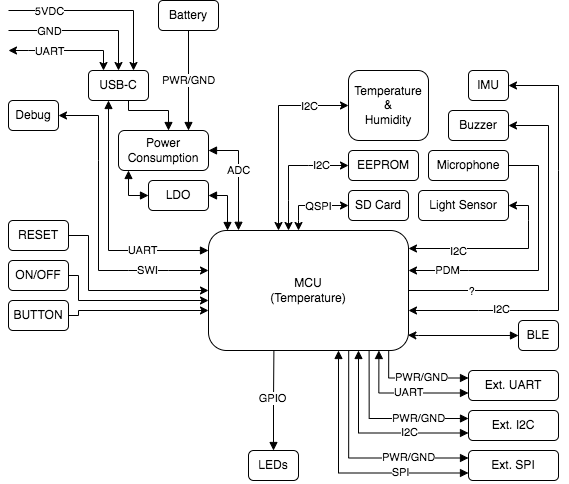
Above: doc/img/functional.drawio.png in oldgeezr/sensa (draw.io), before the change. Source tidied: cells renumbered, new cells last; positions are measured from the earlier drawing's top-left corner, leaving out a move shared by most shapes.
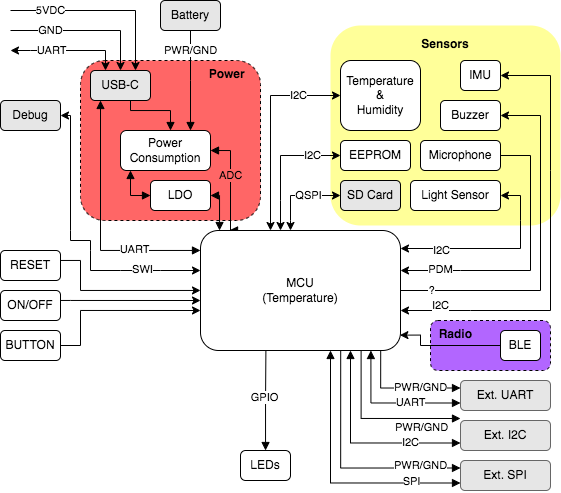
After the commit.

What changed in the source:
```diff
@@ -2,11 +2,20 @@
   <root>
     <mxCell id="0" />
     <mxCell id="1" parent="0" />
+    <mxCell id="69" value="&amp;nbsp; Radio" style="rounded=1;whiteSpace=wrap;html=1;shadow=0;dashed=1;labelBackgroundColor=none;fontColor=none;fillColor=#B266FF;align=left;fontStyle=1;verticalAlign=top;" parent="1" vertex="1">
+      <mxGeometry x="430" y="320" width="120" height="50" as="geometry" />
+    </mxCell>
+    <mxCell id="70" value="&lt;b&gt;Power&amp;nbsp; &amp;nbsp;&amp;nbsp;&lt;/b&gt;" style="rounded=1;whiteSpace=wrap;html=1;shadow=0;dashed=1;labelBackgroundColor=none;fontColor=none;fillColor=#FF6666;align=right;verticalAlign=top;" parent="1" vertex="1">
+      <mxGeometry x="80" y="60" width="180" height="160" as="geometry" />
+    </mxCell>
+    <mxCell id="71" value="&lt;p style=&quot;line-height: 0%;&quot;&gt;Sensors&lt;/p&gt;" style="rounded=1;whiteSpace=wrap;html=1;dashed=1;fillColor=#FFFF99;align=center;horizontal=1;verticalAlign=top;labelBackgroundColor=none;strokeColor=none;shadow=0;fontStyle=1;" parent="1" vertex="1">
+      <mxGeometry x="330" y="25" width="230" height="200" as="geometry" />
+    </mxCell>
     <mxCell id="2" style="edgeStyle=orthogonalEdgeStyle;rounded=0;jettySize=auto;html=1;startArrow=none;startFill=0;endArrow=block;endFill=1;" parent="1" edge="1" source="5" target="23">
       <mxGeometry relative="1" as="geometry">
         <Array as="points">
-          <mxPoint x="120" y="110" />
-          <mxPoint x="160" y="110" />
+          <mxPoint x="130" y="110" />
+          <mxPoint x="170" y="110" />
         </Array>
       </mxGeometry>
     </mxCell>
@@ -20,15 +29,15 @@
     <mxCell id="4" value="UART" style="edgeLabel;html=1;align=center;verticalAlign=middle;" parent="3" vertex="1">
       <mxGeometry x="0.47" y="1" relative="1" as="geometry" />
     </mxCell>
-    <mxCell id="5" value="USB-C" style="rounded=1;whiteSpace=wrap;html=1;" parent="1" vertex="1">
-      <mxGeometry x="80" y="70" width="60" height="30" as="geometry" />
+    <mxCell id="5" value="USB-C" style="rounded=1;whiteSpace=wrap;html=1;fillColor=#E6E6E6;" parent="1" vertex="1">
+      <mxGeometry x="90" y="70" width="60" height="30" as="geometry" />
     </mxCell>
     <mxCell id="6" style="endArrow=classic;html=1;rounded=0;startArrow=classic;startFill=1;entryX=0.25;entryY=0;entryDx=0;entryDy=0;" parent="1" edge="1" target="5">
       <mxGeometry relative="1" as="geometry">
-        <mxPoint y="50" as="sourcePoint" />
+        <mxPoint x="10" y="50" as="sourcePoint" />
         <Array as="points">
-          <mxPoint x="20" y="50" />
-          <mxPoint x="95" y="50" />
+          <mxPoint x="30" y="50" />
+          <mxPoint x="105" y="50" />
         </Array>
       </mxGeometry>
     </mxCell>
@@ -39,9 +48,9 @@
     </mxCell>
     <mxCell id="8" style="endArrow=classic;html=1;rounded=0;entryX=0.5;entryY=0;entryDx=0;entryDy=0;" parent="1" edge="1" target="5">
       <mxGeometry relative="1" as="geometry">
-        <mxPoint y="30" as="sourcePoint" />
+        <mxPoint x="10" y="30" as="sourcePoint" />
         <Array as="points">
-          <mxPoint x="110" y="30" />
+          <mxPoint x="120" y="30" />
         </Array>
       </mxGeometry>
     </mxCell>
@@ -52,9 +61,9 @@
     </mxCell>
     <mxCell id="10" style="endArrow=classic;html=1;rounded=0;entryX=0.75;entryY=0;entryDx=0;entryDy=0;" parent="1" edge="1" target="5">
       <mxGeometry relative="1" as="geometry">
-        <mxPoint y="10" as="sourcePoint" />
+        <mxPoint x="10" y="10" as="sourcePoint" />
         <Array as="points">
-          <mxPoint x="125" y="10" />
+          <mxPoint x="135" y="10" />
         </Array>
       </mxGeometry>
     </mxCell>
@@ -64,42 +73,47 @@
       </mxGeometry>
     </mxCell>
     <mxCell id="12" value="Light Sensor" style="rounded=1;whiteSpace=wrap;html=1;glass=0;shadow=0;" parent="1" vertex="1">
-      <mxGeometry x="410" y="190" width="90" height="30" as="geometry" />
+      <mxGeometry x="410" y="180" width="90" height="30" as="geometry" />
     </mxCell>
-    <mxCell id="13" value="SD Card" style="rounded=1;whiteSpace=wrap;html=1;" parent="1" vertex="1">
-      <mxGeometry x="340" y="190" width="60" height="30" as="geometry" />
+    <mxCell id="13" value="SD Card" style="rounded=1;whiteSpace=wrap;html=1;fillColor=#E6E6E6;" parent="1" vertex="1">
+      <mxGeometry x="340" y="180" width="60" height="30" as="geometry" />
     </mxCell>
     <mxCell id="14" value="Temperature&lt;br&gt;&amp;amp;&lt;br&gt;Humidity" style="rounded=1;whiteSpace=wrap;html=1;" parent="1" vertex="1">
-      <mxGeometry x="340" y="70" width="80" height="70" as="geometry" />
+      <mxGeometry x="340" y="60" width="80" height="70" as="geometry" />
     </mxCell>
     <mxCell id="15" value="IMU" style="rounded=1;whiteSpace=wrap;html=1;" parent="1" vertex="1">
-      <mxGeometry x="460" y="70" width="40" height="30" as="geometry" />
+      <mxGeometry x="460" y="60" width="40" height="30" as="geometry" />
     </mxCell>
     <mxCell id="16" value="PWR/GND" style="edgeStyle=orthogonalEdgeStyle;rounded=0;jettySize=auto;html=1;startArrow=none;startFill=0;endArrow=block;endFill=1;" parent="1" edge="1" source="17">
-      <mxGeometry relative="1" as="geometry">
-        <mxPoint x="180" y="130" as="targetPoint" />
+      <mxGeometry x="-0.6" relative="1" as="geometry">
+        <mxPoint x="190" y="130" as="targetPoint" />
+        <Array as="points">
+          <mxPoint x="190" y="80" />
+          <mxPoint x="190" y="80" />
+        </Array>
       </mxGeometry>
     </mxCell>
-    <mxCell id="17" value="Battery" style="rounded=1;whiteSpace=wrap;html=1;" parent="1" vertex="1">
-      <mxGeometry x="150" width="60" height="30" as="geometry" />
+    <mxCell id="17" value="Battery" style="rounded=1;whiteSpace=wrap;html=1;fillColor=#E6E6E6;" parent="1" vertex="1">
+      <mxGeometry x="160" width="60" height="30" as="geometry" />
     </mxCell>
-    <mxCell id="18" style="edgeStyle=orthogonalEdgeStyle;rounded=0;jettySize=auto;html=1;entryX=0.997;entryY=0.872;entryDx=0;entryDy=0;entryPerimeter=0;startArrow=block;startFill=1;exitX=0;exitY=0.5;exitDx=0;exitDy=0;" parent="1" edge="1" source="19" target="24">
+    <mxCell id="18" style="edgeStyle=orthogonalEdgeStyle;rounded=0;jettySize=auto;html=1;entryX=0.997;entryY=0.872;entryDx=0;entryDy=0;entryPerimeter=0;startArrow=none;startFill=1;exitX=0;exitY=0.5;exitDx=0;exitDy=0;" parent="1" edge="1" source="19" target="24">
       <mxGeometry relative="1" as="geometry">
         <Array as="points">
-          <mxPoint x="410" y="335" />
+          <mxPoint x="420" y="345" />
+          <mxPoint x="420" y="335" />
         </Array>
       </mxGeometry>
     </mxCell>
     <mxCell id="19" value="BLE" style="rounded=1;whiteSpace=wrap;html=1;" parent="1" vertex="1">
-      <mxGeometry x="510" y="320" width="40" height="30" as="geometry" />
+      <mxGeometry x="500" y="330" width="40" height="30" as="geometry" />
     </mxCell>
     <mxCell id="20" value="Buzzer" style="rounded=1;whiteSpace=wrap;html=1;" parent="1" vertex="1">
-      <mxGeometry x="440" y="110" width="60" height="30" as="geometry" />
+      <mxGeometry x="440" y="100" width="60" height="30" as="geometry" />
     </mxCell>
     <mxCell id="21" value="EEPROM" style="rounded=1;whiteSpace=wrap;html=1;" parent="1" vertex="1">
-      <mxGeometry x="340" y="150" width="70" height="30" as="geometry" />
+      <mxGeometry x="340" y="140" width="70" height="30" as="geometry" />
     </mxCell>
-    <mxCell id="22" value="ADC" style="edgeStyle=orthogonalEdgeStyle;rounded=0;jettySize=auto;html=1;startArrow=block;startFill=1;endArrow=block;endFill=1;exitX=1;exitY=0.5;exitDx=0;exitDy=0;entryX=0.145;entryY=-0.002;entryDx=0;entryDy=0;entryPerimeter=0;" parent="1" edge="1" source="23" target="24">
+    <mxCell id="22" value="ADC" style="edgeStyle=orthogonalEdgeStyle;rounded=0;jettySize=auto;html=1;startArrow=block;startFill=1;endArrow=block;endFill=1;exitX=1;exitY=0.5;exitDx=0;exitDy=0;entryX=0.145;entryY=-0.002;entryDx=0;entryDy=0;entryPerimeter=0;labelBackgroundColor=#FF6666;" parent="1" edge="1" source="23" target="24">
       <mxGeometry x="-0.1" relative="1" as="geometry">
         <Array as="points">
           <mxPoint x="230" y="150" />
@@ -108,7 +122,7 @@
       </mxGeometry>
     </mxCell>
     <mxCell id="23" value="Power&lt;br&gt;Consumption" style="rounded=1;whiteSpace=wrap;html=1;" parent="1" vertex="1">
-      <mxGeometry x="110" y="130" width="90" height="40" as="geometry" />
+      <mxGeometry x="120" y="130" width="90" height="40" as="geometry" />
     </mxCell>
     <mxCell id="24" value="MCU&lt;br&gt;(Temperature)" style="rounded=1;whiteSpace=wrap;html=1;" parent="1" vertex="1">
       <mxGeometry x="200" y="230" width="200" height="120" as="geometry" />
@@ -128,51 +142,54 @@
       <mxGeometry relative="1" as="geometry">
         <mxPoint x="200" y="300" as="targetPoint" />
         <Array as="points">
-          <mxPoint x="70" y="275" />
           <mxPoint x="70" y="300" />
-          <mxPoint x="200" y="300" />
+          <mxPoint x="70" y="300" />
         </Array>
       </mxGeometry>
     </mxCell>
     <mxCell id="29" value="ON/OFF" style="rounded=1;whiteSpace=wrap;html=1;" parent="1" vertex="1">
-      <mxGeometry y="260" width="60" height="30" as="geometry" />
+      <mxGeometry y="290" width="60" height="30" as="geometry" />
     </mxCell>
     <mxCell id="30" style="edgeStyle=orthogonalEdgeStyle;rounded=0;jettySize=auto;html=1;" parent="1" edge="1" source="31" target="24">
       <mxGeometry relative="1" as="geometry">
         <Array as="points">
-          <mxPoint x="80" y="235" />
+          <mxPoint x="80" y="260" />
           <mxPoint x="80" y="290" />
         </Array>
       </mxGeometry>
     </mxCell>
     <mxCell id="31" value="RESET" style="rounded=1;whiteSpace=wrap;html=1;" parent="1" vertex="1">
-      <mxGeometry y="220" width="60" height="30" as="geometry" />
+      <mxGeometry y="250" width="60" height="30" as="geometry" />
     </mxCell>
     <mxCell id="32" style="edgeStyle=orthogonalEdgeStyle;rounded=0;jettySize=auto;html=1;exitX=1;exitY=0.5;exitDx=0;exitDy=0;" parent="1" edge="1" source="33">
       <mxGeometry relative="1" as="geometry">
         <mxPoint x="200" y="310" as="targetPoint" />
         <Array as="points">
-          <mxPoint x="70" y="315" />
-          <mxPoint x="70" y="310" />
-          <mxPoint x="200" y="310" />
+          <mxPoint x="80" y="345" />
+          <mxPoint x="80" y="310" />
         </Array>
       </mxGeometry>
     </mxCell>
     <mxCell id="33" value="BUTTON" style="rounded=1;whiteSpace=wrap;html=1;" parent="1" vertex="1">
-      <mxGeometry y="300" width="60" height="30" as="geometry" />
+      <mxGeometry y="330" width="60" height="30" as="geometry" />
     </mxCell>
     <mxCell id="34" value="Microphone" style="rounded=1;whiteSpace=wrap;html=1;" parent="1" vertex="1">
-      <mxGeometry x="420" y="150" width="80" height="30" as="geometry" />
+      <mxGeometry x="420" y="140" width="80" height="30" as="geometry" />
     </mxCell>
-    <mxCell id="35" value="Debug" style="rounded=1;whiteSpace=wrap;html=1;glass=0;shadow=0;" parent="1" vertex="1">
-      <mxGeometry y="100" width="50" height="30" as="geometry" />
+    <mxCell id="35" value="Debug" style="rounded=1;whiteSpace=wrap;html=1;glass=0;shadow=0;fillColor=#E6E6E6;" parent="1" vertex="1">
+      <mxGeometry y="100" width="60" height="30" as="geometry" />
     </mxCell>
-    <mxCell id="36" style="endArrow=classic;startArrow=classic;html=1;rounded=0;exitX=1;exitY=0.5;exitDx=0;exitDy=0;" parent="1" edge="1" source="35">
+    <mxCell id="36" style="endArrow=classic;startArrow=classic;html=1;rounded=0;" parent="1" edge="1">
       <mxGeometry relative="1" as="geometry">
+        <mxPoint x="60" y="115" as="sourcePoint" />
         <mxPoint x="200" y="270" as="targetPoint" />
         <Array as="points">
-          <mxPoint x="90" y="115" />
-          <mxPoint x="90" y="160" />
+          <mxPoint x="60" y="115" />
+          <mxPoint x="70" y="115" />
+          <mxPoint x="70" y="230" />
+          <mxPoint x="70" y="240" />
+          <mxPoint x="90" y="240" />
+          <mxPoint x="90" y="250" />
           <mxPoint x="90" y="270" />
           <mxPoint x="120" y="270" />
           <mxPoint x="160" y="270" />
@@ -188,13 +205,13 @@
         <Array as="points">
           <mxPoint x="520" y="248" />
           <mxPoint x="520" y="220" />
-          <mxPoint x="520" y="205" />
+          <mxPoint x="520" y="195" />
         </Array>
       </mxGeometry>
     </mxCell>
     <mxCell id="39" value="I2C" style="edgeLabel;html=1;align=center;verticalAlign=middle;" parent="38" vertex="1">
       <mxGeometry x="-0.4" y="-2" relative="1" as="geometry">
-        <mxPoint x="-6" as="offset" />
+        <mxPoint x="-18" as="offset" />
       </mxGeometry>
     </mxCell>
     <mxCell id="40" style="endArrow=classic;startArrow=classic;html=1;rounded=0;entryX=1;entryY=0.5;entryDx=0;entryDy=0;" parent="1" edge="1" target="15">
@@ -204,25 +221,27 @@
           <mxPoint x="470" y="310" />
           <mxPoint x="550" y="310" />
           <mxPoint x="550" y="170" />
-          <mxPoint x="550" y="85" />
+          <mxPoint x="550" y="75" />
         </Array>
       </mxGeometry>
     </mxCell>
     <mxCell id="41" value="I2C" style="edgeLabel;html=1;align=center;verticalAlign=middle;" parent="40" vertex="1">
       <mxGeometry x="-0.53" y="2" relative="1" as="geometry">
-        <mxPoint x="-8" as="offset" />
+        <mxPoint x="-63" y="-3" as="offset" />
       </mxGeometry>
     </mxCell>
     <mxCell id="42" style="endArrow=classic;startArrow=none;html=1;rounded=0;entryX=1;entryY=0.5;entryDx=0;entryDy=0;exitX=1;exitY=0.5;exitDx=0;exitDy=0;startFill=0;" parent="1" edge="1" source="24" target="20">
       <mxGeometry relative="1" as="geometry">
         <Array as="points">
           <mxPoint x="540" y="290" />
-          <mxPoint x="540" y="125" />
+          <mxPoint x="540" y="115" />
         </Array>
       </mxGeometry>
     </mxCell>
     <mxCell id="43" value="?" style="edgeLabel;html=1;align=center;verticalAlign=middle;" parent="42" vertex="1">
-      <mxGeometry x="-0.64" relative="1" as="geometry" />
+      <mxGeometry x="-0.64" relative="1" as="geometry">
+        <mxPoint x="-33" as="offset" />
+      </mxGeometry>
     </mxCell>
     <mxCell id="44" style="endArrow=none;startArrow=classic;html=1;rounded=0;entryX=1;entryY=0.5;entryDx=0;entryDy=0;endFill=0;" parent="1" edge="1" target="34">
       <mxGeometry relative="1" as="geometry">
@@ -230,7 +249,7 @@
         <Array as="points">
           <mxPoint x="460" y="270" />
           <mxPoint x="530" y="270" />
-          <mxPoint x="530" y="165" />
+          <mxPoint x="530" y="155" />
         </Array>
       </mxGeometry>
     </mxCell>
@@ -242,7 +261,7 @@
         <mxPoint x="290" y="230" as="sourcePoint" />
         <Array as="points">
           <mxPoint x="290" y="220" />
-          <mxPoint x="290" y="205" />
+          <mxPoint x="290" y="195" />
         </Array>
       </mxGeometry>
     </mxCell>
@@ -256,8 +275,7 @@
         <mxPoint x="280" y="230" as="sourcePoint" />
         <Array as="points">
           <mxPoint x="280" y="200" />
-          <mxPoint x="280" y="165" />
-          <mxPoint x="300" y="165" />
+          <mxPoint x="280" y="155" />
         </Array>
       </mxGeometry>
     </mxCell>
@@ -265,17 +283,19 @@
       <mxGeometry relative="1" as="geometry" />
     </mxCell>
     <mxCell id="50" value="PWR/GND" style="edgeLabel;html=1;align=center;verticalAlign=middle;" parent="49" vertex="1">
-      <mxGeometry x="-0.11" y="-1" relative="1" as="geometry" />
+      <mxGeometry x="-0.11" y="-1" relative="1" as="geometry">
+        <mxPoint x="12" as="offset" />
+      </mxGeometry>
     </mxCell>
-    <mxCell id="51" value="Ext. UART" style="rounded=1;whiteSpace=wrap;html=1;" parent="1" vertex="1">
-      <mxGeometry x="460" y="370" width="90" height="30" as="geometry" />
+    <mxCell id="51" value="Ext. UART" style="rounded=1;whiteSpace=wrap;html=1;fillColor=#E6E6E6;gradientColor=none;strokeColor=#666666;" parent="1" vertex="1">
+      <mxGeometry x="460" y="380" width="90" height="30" as="geometry" />
     </mxCell>
     <mxCell id="52" style="edgeStyle=orthogonalEdgeStyle;rounded=0;jettySize=auto;html=1;startArrow=block;startFill=1;endArrow=block;endFill=1;exitX=0;exitY=0.75;exitDx=0;exitDy=0;entryX=0.852;entryY=1;entryDx=0;entryDy=0;entryPerimeter=0;" parent="1" edge="1" source="51" target="24">
       <mxGeometry relative="1" as="geometry" />
     </mxCell>
     <mxCell id="53" value="UART" style="edgeLabel;html=1;align=center;verticalAlign=middle;" parent="52" vertex="1">
       <mxGeometry x="-0.37" y="-1" relative="1" as="geometry">
-        <mxPoint x="-19" as="offset" />
+        <mxPoint x="-6" as="offset" />
       </mxGeometry>
     </mxCell>
     <mxCell id="54" style="edgeStyle=orthogonalEdgeStyle;rounded=0;jettySize=auto;html=1;startArrow=block;startFill=1;endArrow=none;endFill=0;entryX=0.803;entryY=1.001;entryDx=0;entryDy=0;entryPerimeter=0;" parent="1" edge="1" target="24">
@@ -285,63 +305,62 @@
     </mxCell>
     <mxCell id="55" value="PWR/GND" style="edgeLabel;html=1;align=center;verticalAlign=middle;" parent="54" vertex="1">
       <mxGeometry x="-0.11" y="-1" relative="1" as="geometry">
-        <mxPoint x="24" as="offset" />
+        <mxPoint x="34" y="10" as="offset" />
       </mxGeometry>
     </mxCell>
-    <mxCell id="56" value="Ext. I2C" style="rounded=1;whiteSpace=wrap;html=1;" parent="1" vertex="1">
-      <mxGeometry x="460" y="410" width="90" height="30" as="geometry" />
+    <mxCell id="56" value="Ext. I2C" style="rounded=1;whiteSpace=wrap;html=1;fillColor=#E6E6E6;gradientColor=none;strokeColor=#666666;" parent="1" vertex="1">
+      <mxGeometry x="460" y="420" width="90" height="30" as="geometry" />
     </mxCell>
     <mxCell id="57" style="edgeStyle=orthogonalEdgeStyle;rounded=0;jettySize=auto;html=1;startArrow=block;startFill=1;endArrow=block;endFill=1;entryX=0.75;entryY=1;entryDx=0;entryDy=0;exitX=0;exitY=0.75;exitDx=0;exitDy=0;" parent="1" edge="1" source="56" target="24">
       <mxGeometry relative="1" as="geometry" />
     </mxCell>
     <mxCell id="58" value="I2C" style="edgeLabel;html=1;align=center;verticalAlign=middle;" parent="57" vertex="1">
-      <mxGeometry x="-0.37" y="-1" relative="1" as="geometry" />
+      <mxGeometry x="-0.37" y="-1" relative="1" as="geometry">
+        <mxPoint x="13" as="offset" />
+      </mxGeometry>
     </mxCell>
     <mxCell id="59" style="edgeStyle=orthogonalEdgeStyle;rounded=0;jettySize=auto;html=1;startArrow=block;startFill=1;endArrow=none;endFill=0;exitX=0;exitY=0.25;exitDx=0;exitDy=0;entryX=0.701;entryY=1.002;entryDx=0;entryDy=0;entryPerimeter=0;" parent="1" edge="1" source="61" target="24">
       <mxGeometry relative="1" as="geometry" />
     </mxCell>
     <mxCell id="60" value="PWR/GND" style="edgeLabel;html=1;align=center;verticalAlign=middle;" parent="59" vertex="1">
       <mxGeometry x="-0.11" y="-1" relative="1" as="geometry">
-        <mxPoint x="41" as="offset" />
+        <mxPoint x="65" y="-2" as="offset" />
       </mxGeometry>
     </mxCell>
-    <mxCell id="61" value="Ext. SPI" style="rounded=1;whiteSpace=wrap;html=1;" parent="1" vertex="1">
-      <mxGeometry x="460" y="450" width="90" height="30" as="geometry" />
+    <mxCell id="61" value="Ext. SPI" style="rounded=1;whiteSpace=wrap;html=1;fillColor=#E6E6E6;gradientColor=none;strokeColor=#666666;" parent="1" vertex="1">
+      <mxGeometry x="460" y="460" width="90" height="30" as="geometry" />
     </mxCell>
     <mxCell id="62" style="edgeStyle=orthogonalEdgeStyle;rounded=0;jettySize=auto;html=1;startArrow=block;startFill=1;endArrow=block;endFill=1;entryX=0.65;entryY=1;entryDx=0;entryDy=0;entryPerimeter=0;exitX=0;exitY=0.75;exitDx=0;exitDy=0;" parent="1" edge="1" source="61" target="24">
       <mxGeometry relative="1" as="geometry" />
     </mxCell>
     <mxCell id="63" value="SPI" style="edgeLabel;html=1;align=center;verticalAlign=middle;" parent="62" vertex="1">
       <mxGeometry x="-0.37" y="-1" relative="1" as="geometry">
-        <mxPoint x="9" as="offset" />
+        <mxPoint x="33" y="-1" as="offset" />
       </mxGeometry>
     </mxCell>
     <mxCell id="64" style="edgeStyle=orthogonalEdgeStyle;rounded=0;jettySize=auto;html=1;startArrow=block;startFill=1;endArrow=block;endFill=1;" parent="1" edge="1" source="66">
       <mxGeometry relative="1" as="geometry">
-        <mxPoint x="120" y="170" as="targetPoint" />
+        <mxPoint x="130" y="170" as="targetPoint" />
         <Array as="points">
-          <mxPoint x="120" y="195" />
+          <mxPoint x="130" y="195" />
         </Array>
       </mxGeometry>
     </mxCell>
-    <mxCell id="65" style="edgeStyle=orthogonalEdgeStyle;rounded=0;jettySize=auto;html=1;startArrow=block;startFill=1;endArrow=block;endFill=1;" parent="1" edge="1" source="66">
+    <mxCell id="65" style="edgeStyle=orthogonalEdgeStyle;rounded=0;jettySize=auto;html=1;startArrow=block;startFill=1;endArrow=block;endFill=1;" parent="1" edge="1" source="66" target="24">
       <mxGeometry relative="1" as="geometry">
-        <mxPoint x="220" y="230" as="targetPoint" />
         <Array as="points">
           <mxPoint x="219" y="195" />
-          <mxPoint x="219" y="230" />
-          <mxPoint x="220" y="230" />
         </Array>
       </mxGeometry>
     </mxCell>
     <mxCell id="66" value="LDO" style="rounded=1;whiteSpace=wrap;html=1;" parent="1" vertex="1">
-      <mxGeometry x="140" y="180" width="60" height="30" as="geometry" />
+      <mxGeometry x="150" y="180" width="60" height="30" as="geometry" />
     </mxCell>
     <mxCell id="67" style="endArrow=classic;startArrow=classic;html=1;rounded=0;entryX=0;entryY=0.5;entryDx=0;entryDy=0;" parent="1" edge="1" target="14">
       <mxGeometry relative="1" as="geometry">
         <mxPoint x="270" y="230" as="sourcePoint" />
         <Array as="points">
-          <mxPoint x="270" y="105" />
+          <mxPoint x="270" y="95" />
         </Array>
       </mxGeometry>
     </mxCell>
```
